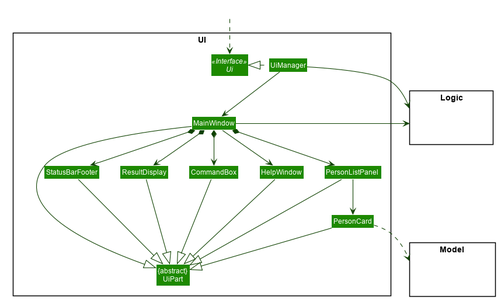
Earlier version of the PlantUML export docs/images/UiClassDiagram.png (nus-cs2103-AY2021S1/tp).
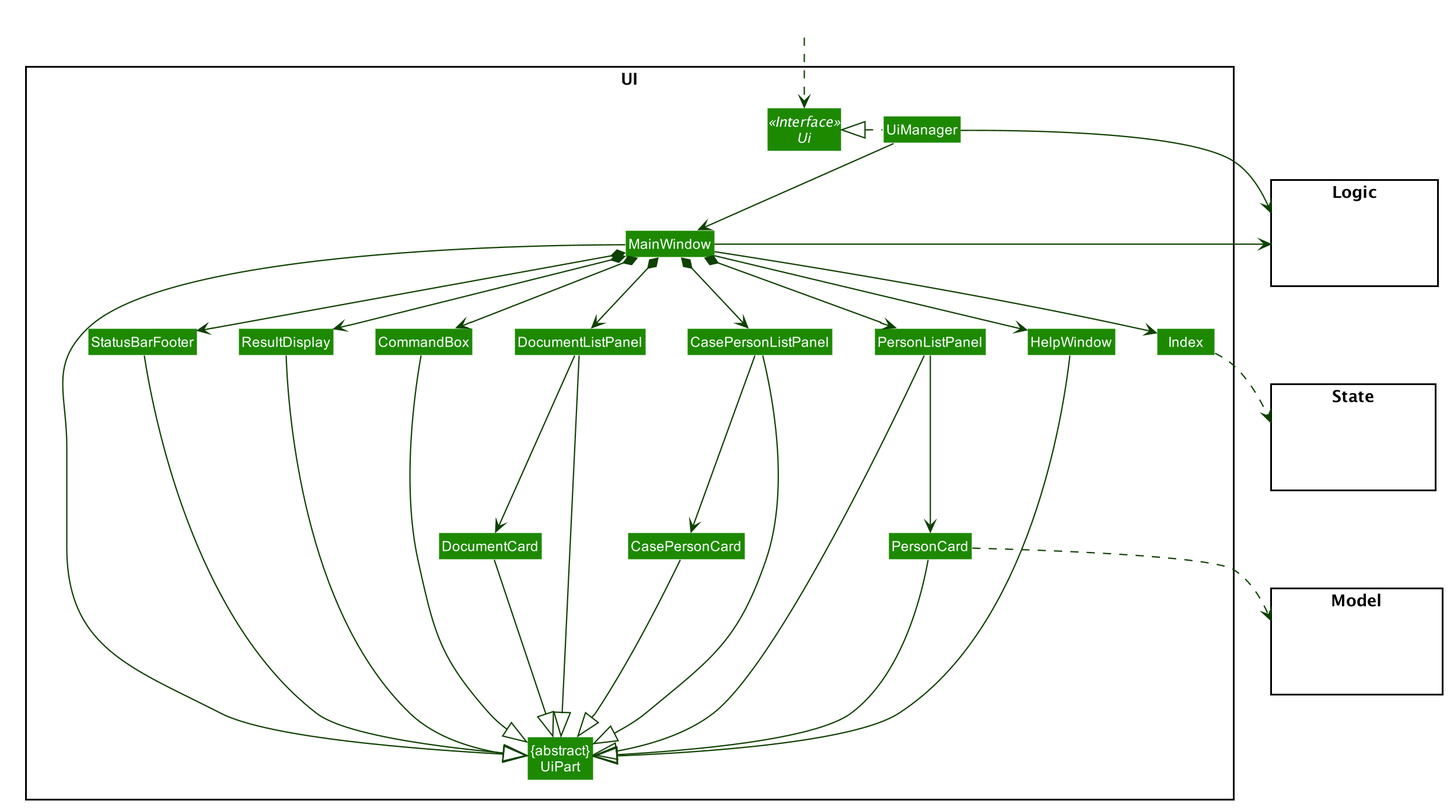
The same file after the commit.

Change to the diagram source:
```diff
@@ -1,4 +1,5 @@
 @startuml
+
 
 
 
@@ -62,6 +63,11 @@
 Class PersonCard
 Class StatusBarFooter
 Class CommandBox
+Class DocumentListPanel
+Class DocumentCard
+Class CasePersonListPanel
+Class CasePersonCard
+Class Index
 }
 
 package Model <<Rectangle>> {
@@ -72,6 +78,10 @@
 Class HiddenLogic #FFFFFF
 }
 
+package State <<Rectangle>> {
+Class HiddenState #FFFFFF
+}
+
 Class HiddenOutside #FFFFFF
 HiddenOutside ..> Ui
 
@@ -80,28 +90,43 @@
 MainWindow --> HelpWindow
 MainWindow *-down-> CommandBox
 MainWindow *-down-> ResultDisplay
+MainWindow *-down-> StatusBarFooter
+MainWindow *-down-> DocumentListPanel
+MainWindow *-down-> CasePersonListPanel
 MainWindow *-down-> PersonListPanel
-MainWindow *-down-> StatusBarFooter
 
-PersonListPanel -down-> PersonCard
+
+DocumentListPanel -down--> DocumentCard
+CasePersonListPanel -down--> CasePersonCard
+PersonListPanel -down--> PersonCard
 
 MainWindow -left-|> UiPart
 
 ResultDisplay --|> UiPart
 CommandBox --|> UiPart
+StatusBarFooter --|> UiPart
+HelpWindow --|> UiPart
+DocumentListPanel --|> UiPart
+DocumentCard ---|> UiPart
+CasePersonListPanel --|> UiPart
+CasePersonCard ---|> UiPart
 PersonListPanel --|> UiPart
-PersonCard --|> UiPart
-StatusBarFooter --|> UiPart
-HelpWindow -down-|> UiPart
+PersonCard ---|> UiPart
 
 PersonCard ..> Model
+Index ..> State
 UiManager -right-> Logic
 MainWindow -left-> Logic
+MainWindow --> Index
 
-PersonListPanel -[hidden]left- HelpWindow
-HelpWindow -[hidden]left- CommandBox
+Index -[hidden]left- HelpWindow
+HelpWindow -[hidden]left- PersonListPanel
+PersonListPanel -[hidden]left- CasePersonListPanel
+CasePersonListPanel -[hidden]left- DocumentListPanel
+DocumentListPanel -[hidden]left- CommandBox
 CommandBox -[hidden]left- ResultDisplay
 ResultDisplay -[hidden]left- StatusBarFooter
 
+
 MainWindow -[hidden]-|> UiPart
 @enduml
```
